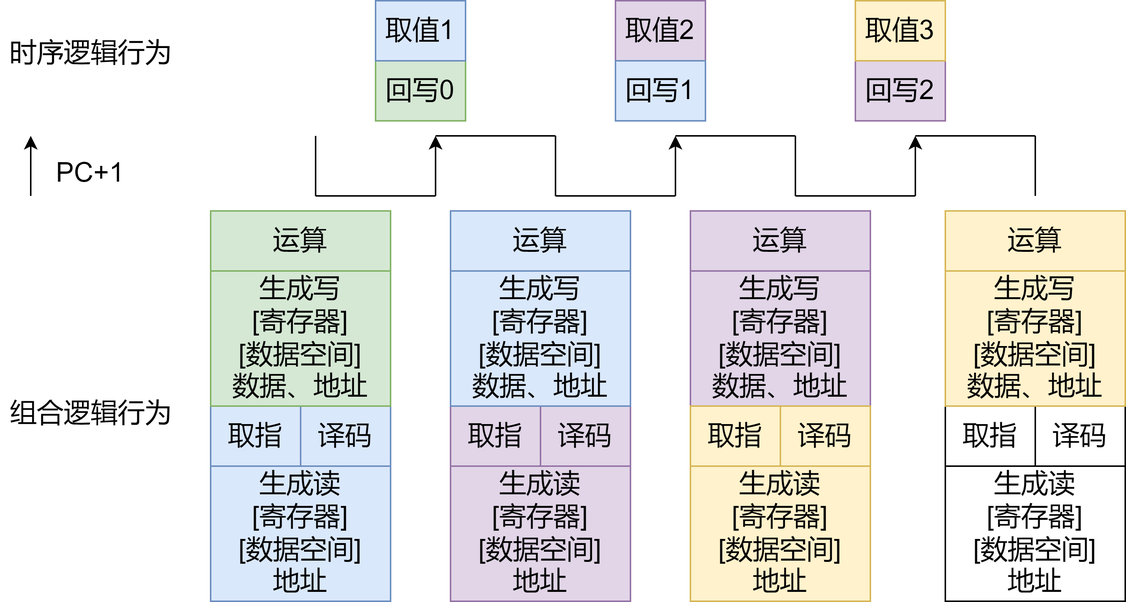
Above: pic/png/流水线方案.png in xiaowuzxc/Yduck-processor (draw.io), before the change. Source tidied: cells renumbered, new cells last; positions are measured from the earlier drawing's top-left corner, leaving out a move shared by most shapes.
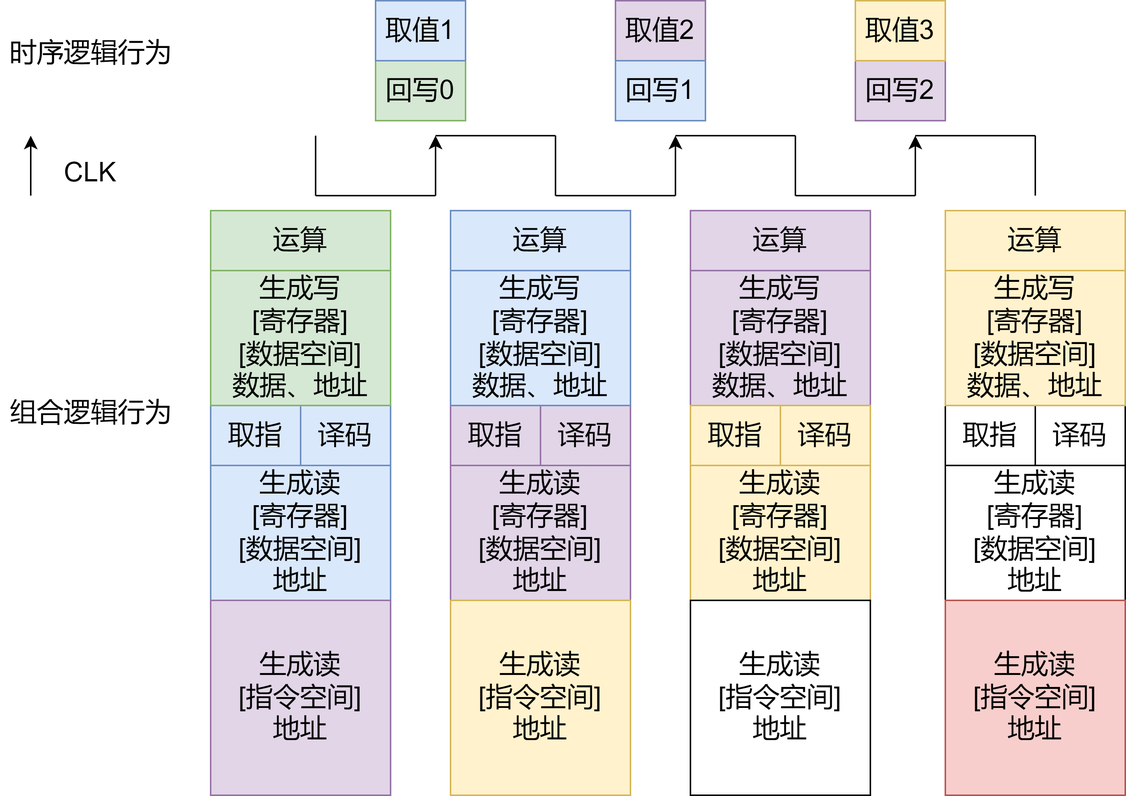
The same diagram one commit later.

Change to the diagram source:
```diff
@@ -170,8 +170,20 @@
     <mxCell id="43" value="生成写&lt;br&gt;[寄存器]&lt;br&gt;[数据空间]&lt;br&gt;数据、地址" style="rounded=0;whiteSpace=wrap;html=1;fontSize=18;fillColor=#fff2cc;strokeColor=#d6b656;" parent="1" vertex="1">
       <mxGeometry x="630" y="180" width="120" height="90" as="geometry" />
     </mxCell>
-    <mxCell id="44" value="PC+1" style="text;html=1;strokeColor=none;fillColor=none;align=center;verticalAlign=middle;whiteSpace=wrap;rounded=0;fontSize=18;" parent="1" vertex="1">
+    <mxCell id="44" value="CLK" style="text;html=1;strokeColor=none;fillColor=none;align=center;verticalAlign=middle;whiteSpace=wrap;rounded=0;fontSize=18;" parent="1" vertex="1">
       <mxGeometry x="30" y="100" width="60" height="30" as="geometry" />
     </mxCell>
+    <mxCell id="45" value="生成读&lt;br&gt;[指令空间]&lt;br&gt;地址" style="rounded=0;whiteSpace=wrap;html=1;fontSize=18;fillColor=#e1d5e7;strokeColor=#9673a6;" parent="1" vertex="1">
+      <mxGeometry x="140" y="400" width="120" height="130" as="geometry" />
+    </mxCell>
+    <mxCell id="46" value="生成读&lt;br&gt;[指令空间]&lt;br&gt;地址" style="rounded=0;whiteSpace=wrap;html=1;fontSize=18;fillColor=#fff2cc;strokeColor=#d6b656;" parent="1" vertex="1">
+      <mxGeometry x="300" y="400" width="120" height="130" as="geometry" />
+    </mxCell>
+    <mxCell id="47" value="生成读&lt;br&gt;[指令空间]&lt;br&gt;地址" style="rounded=0;whiteSpace=wrap;html=1;fontSize=18;" parent="1" vertex="1">
+      <mxGeometry x="460" y="400" width="120" height="130" as="geometry" />
+    </mxCell>
+    <mxCell id="48" value="生成读&lt;br&gt;[指令空间]&lt;br&gt;地址" style="rounded=0;whiteSpace=wrap;html=1;fontSize=18;fillColor=#f8cecc;strokeColor=#b85450;" parent="1" vertex="1">
+      <mxGeometry x="630" y="400" width="120" height="130" as="geometry" />
+    </mxCell>
   </root>
 </mxGraphModel>
```
